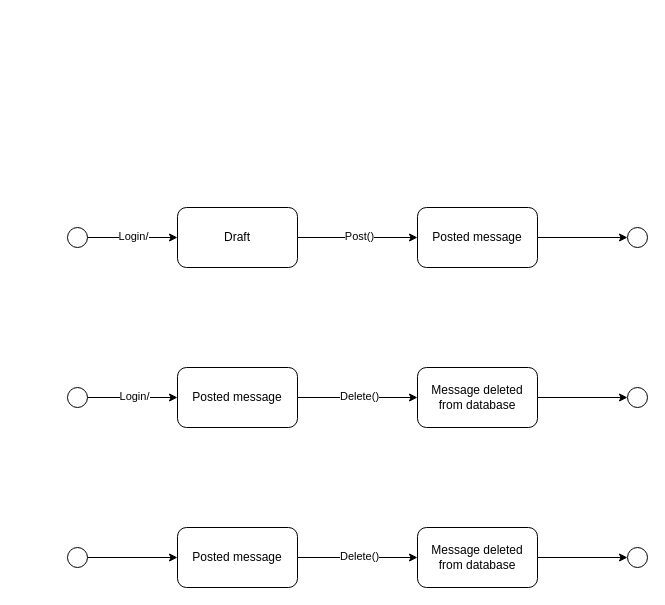
Earlier version of the draw.io diagram diagrams/state_diagram.drawio (SaraMalmstedt/Chatterbox_Group3). Source tidied: cells renumbered, new cells numbered last; positions are measured from the earlier drawing's top-left corner, leaving out a move shared by most shapes. Both pictures are drawn from the tidied source at 100%, with x=0, y=0 at pixel (67, 207).
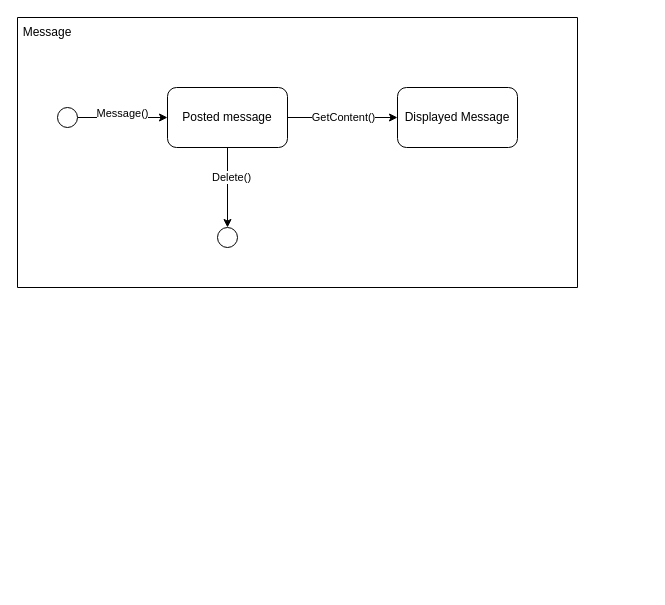
The same page after the edit.

The edit, as a diff of the source:
```diff
@@
-    <mxCell id="2" style="edgeStyle=orthogonalEdgeStyle;rounded=0;jettySize=auto;html=1;defaultLabelBackgroundColor=gap;" parent="1" edge="1" source="4" target="6">
-      <mxGeometry relative="1" as="geometry" />
-    </mxCell>
-    <mxCell id="3" value="Post()" style="edgeLabel;html=1;align=center;verticalAlign=middle;defaultLabelBackgroundColor=gap;" parent="2" vertex="1">
-      <mxGeometry x="0.01" y="2" relative="1" as="geometry" />
-    </mxCell>
-    <mxCell id="4" value="Draft" style="rounded=1;whiteSpace=wrap;html=1;roundedPerimeter=1;" parent="1" vertex="1">
-      <mxGeometry x="110" width="120" height="60" as="geometry" />
-    </mxCell>
-    <mxCell id="5" style="edgeStyle=orthogonalEdgeStyle;rounded=0;jettySize=auto;html=1;entryX=0;entryY=0.5;entryDx=0;entryDy=0;defaultLabelBackgroundColor=gap;" parent="1" edge="1" source="6" target="10">
-      <mxGeometry relative="1" as="geometry" />
-    </mxCell>
+    <mxCell id="28" style="swimlane;startSize=0;" parent="1" vertex="1">
+      <mxGeometry x="-50" y="-190" width="560" height="270" as="geometry" />
+    </mxCell>
+    <mxCell id="29" value="Message" style="text;html=1;whiteSpace=wrap;strokeColor=none;fillColor=none;align=center;verticalAlign=middle;rounded=0;" parent="28" vertex="1">
+      <mxGeometry width="60" height="30" as="geometry" />
+    </mxCell>
+    <mxCell id="30" style="edgeStyle=orthogonalEdgeStyle;rounded=0;jettySize=auto;html=1;entryX=0.5;entryY=0;entryDx=0;entryDy=0;defaultLabelBackgroundColor=gap;" parent="28" edge="1" source="6" target="37">
+      <mxGeometry relative="1" as="geometry" />
+    </mxCell>
+    <mxCell id="31" value="Delete()" style="edgeLabel;html=1;align=center;verticalAlign=middle;defaultLabelBackgroundColor=gap;" parent="30" vertex="1">
+      <mxGeometry x="-0.28" y="3" relative="1" as="geometry" />
+    </mxCell>
+    <mxCell id="32" style="edgeStyle=orthogonalEdgeStyle;rounded=0;jettySize=auto;html=1;entryX=0;entryY=0.5;entryDx=0;entryDy=0;defaultLabelBackgroundColor=gap;" parent="28" edge="1" source="6" target="36">
+      <mxGeometry relative="1" as="geometry" />
+    </mxCell>
+    <mxCell id="33" value="GetContent()" style="edgeLabel;html=1;align=center;verticalAlign=middle;defaultLabelBackgroundColor=gap;" parent="32" vertex="1">
+      <mxGeometry x="0.01" y="1" relative="1" as="geometry">
+        <mxPoint x="-1" as="offset" />
+      </mxGeometry>
+    </mxCell>
-    <mxCell id="6" value="Posted message" style="rounded=1;whiteSpace=wrap;html=1;roundedPerimeter=1;" parent="1" vertex="1">
-      <mxGeometry x="350" width="120" height="60" as="geometry" />
+    <mxCell id="6" value="Posted message" style="rounded=1;whiteSpace=wrap;html=1;roundedPerimeter=1;" parent="28" vertex="1">
+      <mxGeometry x="150" y="70" width="120" height="60" as="geometry" />
     </mxCell>
-    <mxCell id="7" style="edgeStyle=orthogonalEdgeStyle;rounded=0;jettySize=auto;html=1;entryX=0;entryY=0.5;entryDx=0;entryDy=0;defaultLabelBackgroundColor=gap;" parent="1" edge="1" source="9" target="4">
-      <mxGeometry relative="1" as="geometry" />
-    </mxCell>
-    <mxCell id="8" value="Login/" style="edgeLabel;html=1;align=center;verticalAlign=middle;defaultLabelBackgroundColor=gap;" parent="7" vertex="1">
-      <mxGeometry x="-0.01" y="2" relative="1" as="geometry" />
-    </mxCell>
+    <mxCell id="34" style="edgeStyle=orthogonalEdgeStyle;rounded=0;jettySize=auto;html=1;exitX=1;exitY=0.5;exitDx=0;exitDy=0;defaultLabelBackgroundColor=gap;" parent="28" edge="1" source="9" target="6">
+      <mxGeometry relative="1" as="geometry" />
+    </mxCell>
+    <mxCell id="35" value="Message()" style="edgeLabel;html=1;align=center;verticalAlign=middle;defaultLabelBackgroundColor=gap;" parent="34" vertex="1">
+      <mxGeometry x="-0.03" y="5" relative="1" as="geometry" />
+    </mxCell>
-    <mxCell id="9" style="ellipse;whiteSpace=wrap;html=1;shapeInside=1;" parent="1" vertex="1">
-      <mxGeometry y="20" width="20" height="20" as="geometry" />
+    <mxCell id="9" style="ellipse;whiteSpace=wrap;html=1;shapeInside=1;" parent="28" vertex="1">
+      <mxGeometry x="40" y="90" width="20" height="20" as="geometry" />
     </mxCell>
-    <mxCell id="10" style="ellipse;whiteSpace=wrap;html=1;shapeInside=1;" parent="1" vertex="1">
-      <mxGeometry x="560" y="20" width="20" height="20" as="geometry" />
-    </mxCell>
-    <mxCell id="11" style="edgeStyle=orthogonalEdgeStyle;rounded=0;jettySize=auto;html=1;defaultLabelBackgroundColor=gap;" parent="1" edge="1" source="13" target="15">
-      <mxGeometry relative="1" as="geometry" />
-    </mxCell>
-    <mxCell id="12" value="Delete()" style="edgeLabel;html=1;align=center;verticalAlign=middle;defaultLabelBackgroundColor=gap;" parent="11" vertex="1">
-      <mxGeometry x="0.01" y="2" relative="1" as="geometry" />
-    </mxCell>
-    <mxCell id="13" value="Posted message" style="rounded=1;whiteSpace=wrap;html=1;roundedPerimeter=1;" parent="1" vertex="1">
-      <mxGeometry x="110" y="160" width="120" height="60" as="geometry" />
-    </mxCell>
-    <mxCell id="14" style="edgeStyle=orthogonalEdgeStyle;rounded=0;jettySize=auto;html=1;entryX=0;entryY=0.5;entryDx=0;entryDy=0;defaultLabelBackgroundColor=gap;" parent="1" edge="1" source="15" target="19">
-      <mxGeometry relative="1" as="geometry" />
-    </mxCell>
-    <mxCell id="15" value="Message deleted from database" style="rounded=1;whiteSpace=wrap;html=1;roundedPerimeter=1;" parent="1" vertex="1">
-      <mxGeometry x="350" y="160" width="120" height="60" as="geometry" />
-    </mxCell>
-    <mxCell id="16" style="edgeStyle=orthogonalEdgeStyle;rounded=0;jettySize=auto;html=1;entryX=0;entryY=0.5;entryDx=0;entryDy=0;defaultLabelBackgroundColor=gap;" parent="1" edge="1" source="18" target="13">
-      <mxGeometry relative="1" as="geometry" />
-    </mxCell>
-    <mxCell id="17" value="Login/" style="edgeLabel;html=1;align=center;verticalAlign=middle;defaultLabelBackgroundColor=gap;" parent="16" vertex="1">
-      <mxGeometry x="0.03" y="2" relative="1" as="geometry" />
-    </mxCell>
-    <mxCell id="18" style="ellipse;whiteSpace=wrap;html=1;shapeInside=1;" parent="1" vertex="1">
-      <mxGeometry y="180" width="20" height="20" as="geometry" />
-    </mxCell>
-    <mxCell id="19" style="ellipse;whiteSpace=wrap;html=1;shapeInside=1;" parent="1" vertex="1">
-      <mxGeometry x="560" y="180" width="20" height="20" as="geometry" />
-    </mxCell>
-    <mxCell id="20" style="edgeStyle=orthogonalEdgeStyle;rounded=0;jettySize=auto;html=1;defaultLabelBackgroundColor=gap;" parent="1" edge="1" source="22" target="24">
-      <mxGeometry relative="1" as="geometry" />
-    </mxCell>
-    <mxCell id="21" value="Delete()" style="edgeLabel;html=1;align=center;verticalAlign=middle;defaultLabelBackgroundColor=gap;" parent="20" vertex="1">
-      <mxGeometry x="0.01" y="2" relative="1" as="geometry" />
-    </mxCell>
-    <mxCell id="22" value="Posted message" style="rounded=1;whiteSpace=wrap;html=1;roundedPerimeter=1;" parent="1" vertex="1">
-      <mxGeometry x="110" y="320" width="120" height="60" as="geometry" />
-    </mxCell>
-    <mxCell id="23" style="edgeStyle=orthogonalEdgeStyle;rounded=0;jettySize=auto;html=1;entryX=0;entryY=0.5;entryDx=0;entryDy=0;defaultLabelBackgroundColor=gap;" parent="1" edge="1" source="24" target="27">
-      <mxGeometry relative="1" as="geometry" />
-    </mxCell>
-    <mxCell id="24" value="Message deleted from database" style="rounded=1;whiteSpace=wrap;html=1;roundedPerimeter=1;" parent="1" vertex="1">
-      <mxGeometry x="350" y="320" width="120" height="60" as="geometry" />
-    </mxCell>
-    <mxCell id="25" style="edgeStyle=orthogonalEdgeStyle;rounded=0;jettySize=auto;html=1;entryX=0;entryY=0.5;entryDx=0;entryDy=0;defaultLabelBackgroundColor=gap;" parent="1" edge="1" source="26" target="22">
-      <mxGeometry relative="1" as="geometry" />
-    </mxCell>
-    <mxCell id="26" style="ellipse;whiteSpace=wrap;html=1;shapeInside=1;" parent="1" vertex="1">
-      <mxGeometry y="340" width="20" height="20" as="geometry" />
-    </mxCell>
-    <mxCell id="27" style="ellipse;whiteSpace=wrap;html=1;shapeInside=1;" parent="1" vertex="1">
-      <mxGeometry x="560" y="340" width="20" height="20" as="geometry" />
-    </mxCell>
+    <mxCell id="36" value="Displayed Message" style="rounded=1;whiteSpace=wrap;html=1;roundedPerimeter=1;" parent="28" vertex="1">
+      <mxGeometry x="380" y="70" width="120" height="60" as="geometry" />
+    </mxCell>
+    <mxCell id="37" style="ellipse;whiteSpace=wrap;html=1;shapeInside=1;" parent="28" vertex="1">
+      <mxGeometry x="200" y="210" width="20" height="20" as="geometry" />
+    </mxCell>
```
